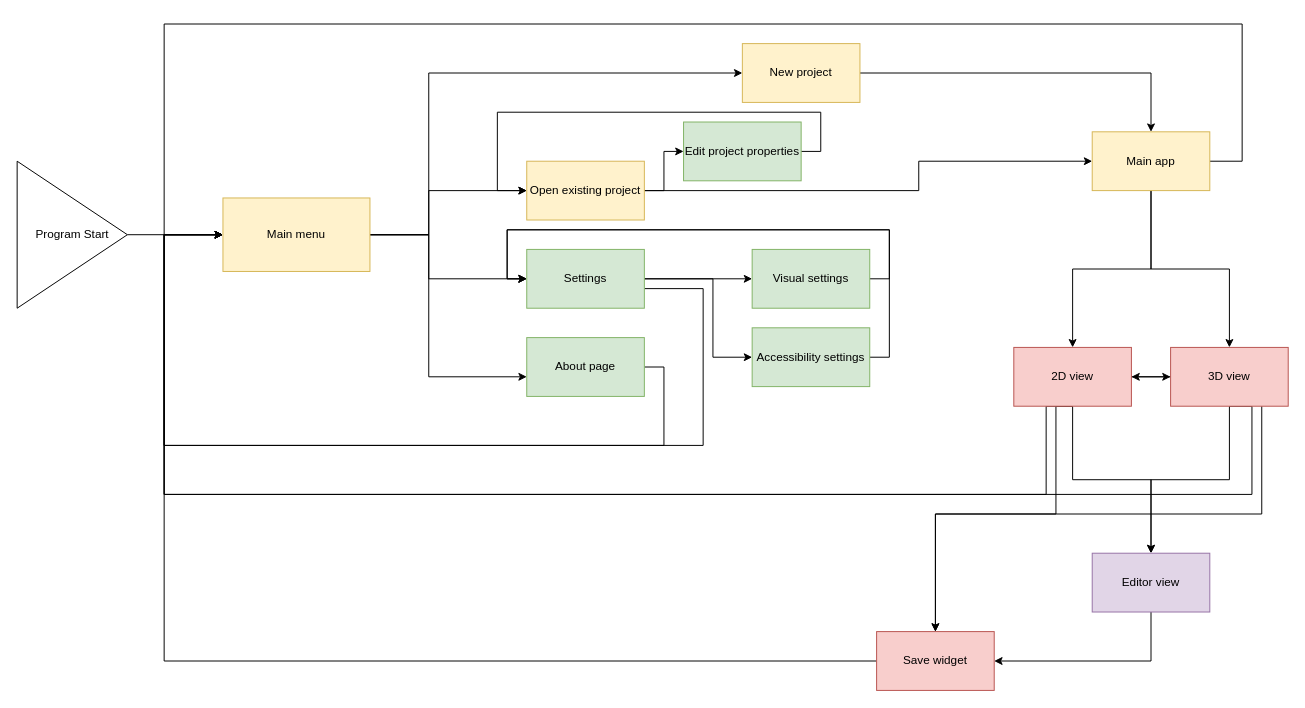
PawekPL/Atlas-of-Dreams keeps this draw.io diagram as page "Screen manager" (1 of 14) of Design/Project.drawio. Above is the earlier version. Source tidied: cells renumbered, new cells numbered last; positions are measured from the earlier drawing's top-left corner, leaving out a move shared by most shapes. Both pictures are drawn from the tidied source at 98%, with x=0, y=0 at pixel (17, 24).
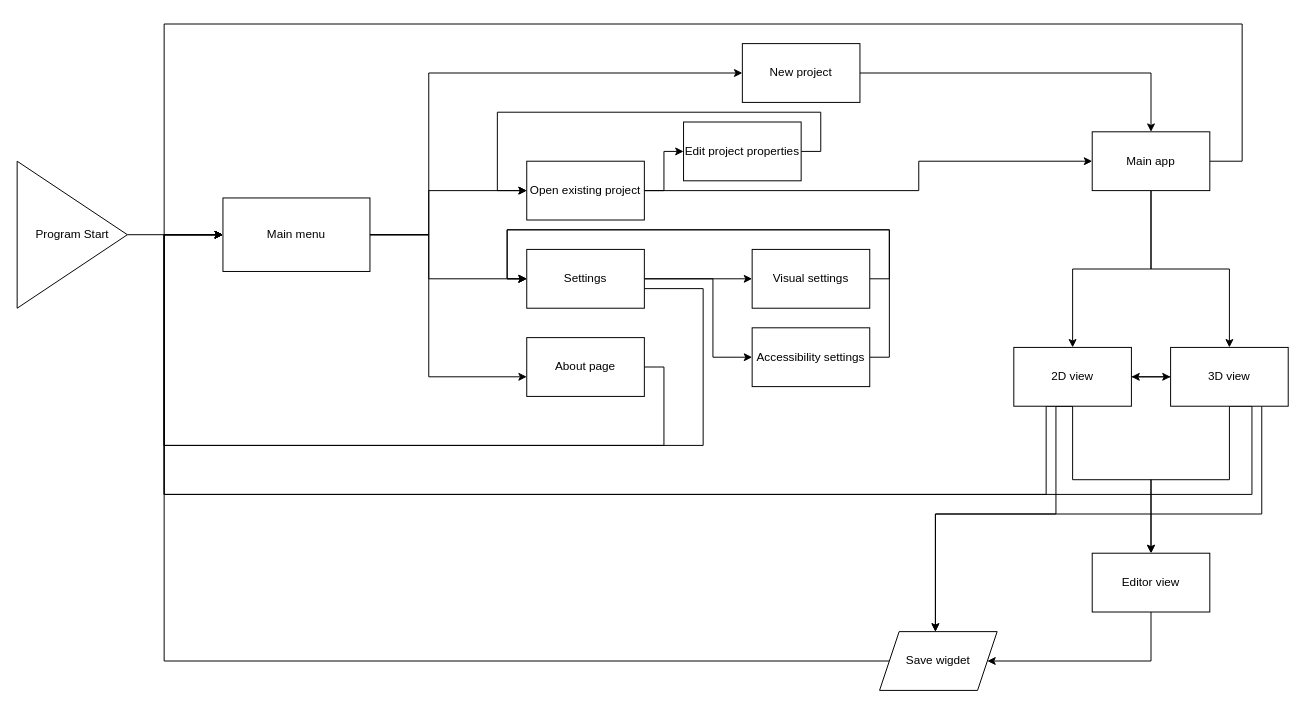
The same page after the edit.

The edit, as a diff of the source:
```diff
@@
-    <mxCell id="7" style="edgeStyle=orthogonalEdgeStyle;rounded=0;comic=0;sketch=0;jettySize=auto;html=1;fontSize=44;strokeColor=default;elbow=vertical;" parent="1" edge="1" source="8" target="37">
+    <mxCell id="7" style="edgeStyle=orthogonalEdgeStyle;rounded=0;comic=0;sketch=0;jettySize=auto;html=1;fontSize=44;elbow=vertical;" parent="1" edge="1" source="8" target="37">
       <mxGeometry relative="1" as="geometry">
         <Array as="points">
           <mxPoint x="420" y="215" />
           <mxPoint x="420" y="360" />
         </Array>
       </mxGeometry>
     </mxCell>
-    <mxCell id="8" value="Main menu" style="whiteSpace=wrap;html=1;fillColor=#fff2cc;strokeColor=#d6b656;" parent="1" vertex="1">
+    <mxCell id="8" value="Main menu" style="whiteSpace=wrap;html=1;" parent="1" vertex="1">
       <mxGeometry x="210" y="177.5" width="150" height="75" as="geometry" />
     </mxCell>
@@
-    <mxCell id="10" value="New project" style="whiteSpace=wrap;html=1;fillColor=#fff2cc;strokeColor=#d6b656;" parent="1" vertex="1">
+    <mxCell id="10" value="New project" style="whiteSpace=wrap;html=1;" parent="1" vertex="1">
       <mxGeometry x="740" y="20" width="120" height="60" as="geometry" />
     </mxCell>
@@
-    <mxCell id="13" value="Open existing project" style="whiteSpace=wrap;html=1;fillColor=#fff2cc;strokeColor=#d6b656;" parent="1" vertex="1">
+    <mxCell id="13" value="Open existing project" style="whiteSpace=wrap;html=1;" parent="1" vertex="1">
       <mxGeometry x="520" y="140" width="120" height="60" as="geometry" />
     </mxCell>
@@
-    <mxCell id="15" style="edgeStyle=orthogonalEdgeStyle;rounded=0;comic=0;sketch=0;jettySize=auto;html=1;fontSize=44;strokeColor=default;elbow=vertical;" parent="1" edge="1" source="17" target="39">
+    <mxCell id="15" style="edgeStyle=orthogonalEdgeStyle;rounded=0;comic=0;sketch=0;jettySize=auto;html=1;fontSize=44;elbow=vertical;" parent="1" edge="1" source="17" target="39">
       <mxGeometry relative="1" as="geometry" />
     </mxCell>
-    <mxCell id="16" style="edgeStyle=orthogonalEdgeStyle;rounded=0;comic=0;sketch=0;jettySize=auto;html=1;fontSize=44;strokeColor=default;elbow=vertical;" parent="1" edge="1" source="17" target="41">
+    <mxCell id="16" style="edgeStyle=orthogonalEdgeStyle;rounded=0;comic=0;sketch=0;jettySize=auto;html=1;fontSize=44;elbow=vertical;" parent="1" edge="1" source="17" target="41">
       <mxGeometry relative="1" as="geometry">
         <Array as="points">
           <mxPoint x="710" y="260" />
           <mxPoint x="710" y="340" />
         </Array>
       </mxGeometry>
     </mxCell>
-    <mxCell id="17" value="Settings" style="whiteSpace=wrap;html=1;fillColor=#d5e8d4;strokeColor=#82b366;" parent="1" vertex="1">
+    <mxCell id="17" value="Settings" style="whiteSpace=wrap;html=1;" parent="1" vertex="1">
       <mxGeometry x="520" y="230" width="120" height="60" as="geometry" />
     </mxCell>
@@
-    <mxCell id="21" value="Main app" style="whiteSpace=wrap;html=1;fillColor=#fff2cc;strokeColor=#d6b656;" parent="1" vertex="1">
+    <mxCell id="21" value="Main app" style="whiteSpace=wrap;html=1;" parent="1" vertex="1">
       <mxGeometry x="1097" y="110" width="120" height="60" as="geometry" />
     </mxCell>
@@
-    <mxCell id="26" value="2D view" style="whiteSpace=wrap;html=1;fillColor=#f8cecc;strokeColor=#b85450;" parent="1" vertex="1">
+    <mxCell id="26" value="2D view" style="whiteSpace=wrap;html=1;" parent="1" vertex="1">
       <mxGeometry x="1017" y="330" width="120" height="60" as="geometry" />
     </mxCell>
@@
-    <mxCell id="28" style="edgeStyle=orthogonalEdgeStyle;jettySize=auto;html=1;fontSize=44;elbow=vertical;sketch=0;strokeColor=default;rounded=0;noJump=0;orthogonal=0;comic=0;" parent="1" edge="1" source="31" target="33">
+    <mxCell id="28" style="edgeStyle=orthogonalEdgeStyle;jettySize=auto;html=1;fontSize=44;elbow=vertical;sketch=0;rounded=0;noJump=0;orthogonal=0;comic=0;" parent="1" edge="1" source="31" target="33">
       <mxGeometry relative="1" as="geometry" />
     </mxCell>
@@
-    <mxCell id="30" style="edgeStyle=orthogonalEdgeStyle;rounded=0;jettySize=auto;html=1;fontSize=44;" parent="1" edge="1" source="31" target="35">
+    <mxCell id="30" style="edgeStyle=orthogonalEdgeStyle;rounded=0;jettySize=auto;html=1;fontSize=44;" parent="1" edge="1" source="31">
       <mxGeometry relative="1" as="geometry">
+        <mxPoint x="937" y="620" as="targetPoint" />
         <Array as="points">
           <mxPoint x="1270" y="500" />
           <mxPoint x="937" y="500" />
         </Array>
       </mxGeometry>
     </mxCell>
-    <mxCell id="31" value="3D view" style="whiteSpace=wrap;html=1;fillColor=#f8cecc;strokeColor=#b85450;" parent="1" vertex="1">
+    <mxCell id="31" value="3D view" style="whiteSpace=wrap;html=1;" parent="1" vertex="1">
       <mxGeometry x="1177" y="330" width="120" height="60" as="geometry" />
     </mxCell>
-    <mxCell id="32" style="edgeStyle=orthogonalEdgeStyle;rounded=0;comic=0;sketch=0;jettySize=auto;html=1;exitX=0.5;exitY=1;exitDx=0;exitDy=0;entryX=1;entryY=0.5;entryDx=0;entryDy=0;fontSize=44;strokeColor=default;elbow=vertical;" parent="1" edge="1" source="33" target="35">
-      <mxGeometry relative="1" as="geometry" />
+    <mxCell id="32" style="edgeStyle=orthogonalEdgeStyle;rounded=0;comic=0;sketch=0;jettySize=auto;html=1;exitX=0.5;exitY=1;exitDx=0;exitDy=0;fontSize=44;elbow=vertical;" parent="1" edge="1" source="33" target="44">
+      <mxGeometry relative="1" as="geometry">
+        <Array as="points">
+          <mxPoint x="1157" y="650" />
+        </Array>
+      </mxGeometry>
     </mxCell>
-    <mxCell id="33" value="Editor view" style="whiteSpace=wrap;html=1;fillColor=#e1d5e7;strokeColor=#9673a6;" parent="1" vertex="1">
+    <mxCell id="33" value="Editor view" style="whiteSpace=wrap;html=1;" parent="1" vertex="1">
       <mxGeometry x="1097" y="540" width="120" height="60" as="geometry" />
     </mxCell>
-    <mxCell id="34" style="edgeStyle=orthogonalEdgeStyle;rounded=0;comic=0;sketch=0;jettySize=auto;html=1;exitX=0;exitY=0.5;exitDx=0;exitDy=0;entryX=0;entryY=0.5;entryDx=0;entryDy=0;fontSize=44;strokeColor=default;elbow=vertical;" parent="1" edge="1" source="35" target="8">
+    <mxCell id="34" style="edgeStyle=orthogonalEdgeStyle;rounded=0;comic=0;sketch=0;jettySize=auto;html=1;exitX=0;exitY=0.5;exitDx=0;exitDy=0;entryX=0;entryY=0.5;entryDx=0;entryDy=0;fontSize=44;elbow=vertical;" parent="1" edge="1" source="44" target="8">
       <mxGeometry relative="1" as="geometry">
         <Array as="points">
           <mxPoint x="150" y="650" />
           <mxPoint x="150" y="215" />
         </Array>
       </mxGeometry>
     </mxCell>
-    <mxCell id="35" value="Save widget" style="whiteSpace=wrap;html=1;fillColor=#f8cecc;strokeColor=#b85450;" parent="1" vertex="1">
-      <mxGeometry x="877" y="620" width="120" height="60" as="geometry" />
-    </mxCell>
-    <mxCell id="36" style="edgeStyle=orthogonalEdgeStyle;rounded=0;comic=0;sketch=0;jettySize=auto;html=1;fontSize=44;strokeColor=default;elbow=vertical;entryX=0;entryY=0.5;entryDx=0;entryDy=0;" parent="1" edge="1" source="37" target="8">
+    <mxCell id="36" style="edgeStyle=orthogonalEdgeStyle;rounded=0;comic=0;sketch=0;jettySize=auto;html=1;fontSize=44;elbow=vertical;entryX=0;entryY=0.5;entryDx=0;entryDy=0;" parent="1" edge="1" source="37" target="8">
       <mxGeometry relative="1" as="geometry">
         <Array as="points">
           <mxPoint x="660" y="350" />
           <mxPoint x="660" y="430" />
           <mxPoint x="150" y="430" />
           <mxPoint x="150" y="215" />
         </Array>
       </mxGeometry>
     </mxCell>
-    <mxCell id="37" value="About page" style="whiteSpace=wrap;html=1;fillColor=#d5e8d4;strokeColor=#82b366;" parent="1" vertex="1">
+    <mxCell id="37" value="About page" style="whiteSpace=wrap;html=1;" parent="1" vertex="1">
       <mxGeometry x="520" y="320" width="120" height="60" as="geometry" />
     </mxCell>
-    <mxCell id="38" style="edgeStyle=orthogonalEdgeStyle;rounded=0;comic=0;sketch=0;jettySize=auto;html=1;exitX=1;exitY=0.5;exitDx=0;exitDy=0;entryX=0;entryY=0.5;entryDx=0;entryDy=0;fontSize=44;strokeColor=default;elbow=vertical;" parent="1" edge="1" source="39" target="17">
+    <mxCell id="38" style="edgeStyle=orthogonalEdgeStyle;rounded=0;comic=0;sketch=0;jettySize=auto;html=1;exitX=1;exitY=0.5;exitDx=0;exitDy=0;entryX=0;entryY=0.5;entryDx=0;entryDy=0;fontSize=44;elbow=vertical;" parent="1" edge="1" source="39" target="17">
       <mxGeometry relative="1" as="geometry">
         <Array as="points">
           <mxPoint x="890" y="260" />
           <mxPoint x="890" y="210" />
           <mxPoint x="500" y="210" />
           <mxPoint x="500" y="260" />
         </Array>
       </mxGeometry>
     </mxCell>
-    <mxCell id="39" value="Visual settings" style="whiteSpace=wrap;html=1;fillColor=#d5e8d4;strokeColor=#82b366;" parent="1" vertex="1">
+    <mxCell id="39" value="Visual settings" style="whiteSpace=wrap;html=1;" parent="1" vertex="1">
       <mxGeometry x="750" y="230" width="120" height="60" as="geometry" />
     </mxCell>
-    <mxCell id="40" style="edgeStyle=orthogonalEdgeStyle;rounded=0;comic=0;sketch=0;jettySize=auto;html=1;exitX=1;exitY=0.5;exitDx=0;exitDy=0;fontSize=44;strokeColor=default;elbow=vertical;" parent="1" edge="1" source="41">
+    <mxCell id="40" style="edgeStyle=orthogonalEdgeStyle;rounded=0;comic=0;sketch=0;jettySize=auto;html=1;exitX=1;exitY=0.5;exitDx=0;exitDy=0;fontSize=44;elbow=vertical;" parent="1" edge="1" source="41">
       <mxGeometry relative="1" as="geometry">
         <mxPoint x="520" y="260" as="targetPoint" />
         <Array as="points">
           <mxPoint x="890" y="340" />
           <mxPoint x="890" y="210" />
           <mxPoint x="500" y="210" />
           <mxPoint x="500" y="260" />
         </Array>
       </mxGeometry>
     </mxCell>
-    <mxCell id="41" value="Accessibility settings" style="whiteSpace=wrap;html=1;fillColor=#d5e8d4;strokeColor=#82b366;" parent="1" vertex="1">
+    <mxCell id="41" value="Accessibility settings" style="whiteSpace=wrap;html=1;" parent="1" vertex="1">
       <mxGeometry x="750" y="310" width="120" height="60" as="geometry" />
     </mxCell>
@@
-    <mxCell id="43" value="Edit project properties" style="whiteSpace=wrap;html=1;fillColor=#d5e8d4;strokeColor=#82b366;" parent="1" vertex="1">
+    <mxCell id="43" value="Edit project properties" style="whiteSpace=wrap;html=1;" parent="1" vertex="1">
       <mxGeometry x="680" y="100" width="120" height="60" as="geometry" />
     </mxCell>
+    <mxCell id="44" value="Save wigdet" style="shape=parallelogram;perimeter=parallelogramPerimeter;whiteSpace=wrap;html=1;fixedSize=1;" parent="1" vertex="1">
+      <mxGeometry x="880" y="620" width="120" height="60" as="geometry" />
+    </mxCell>
```
